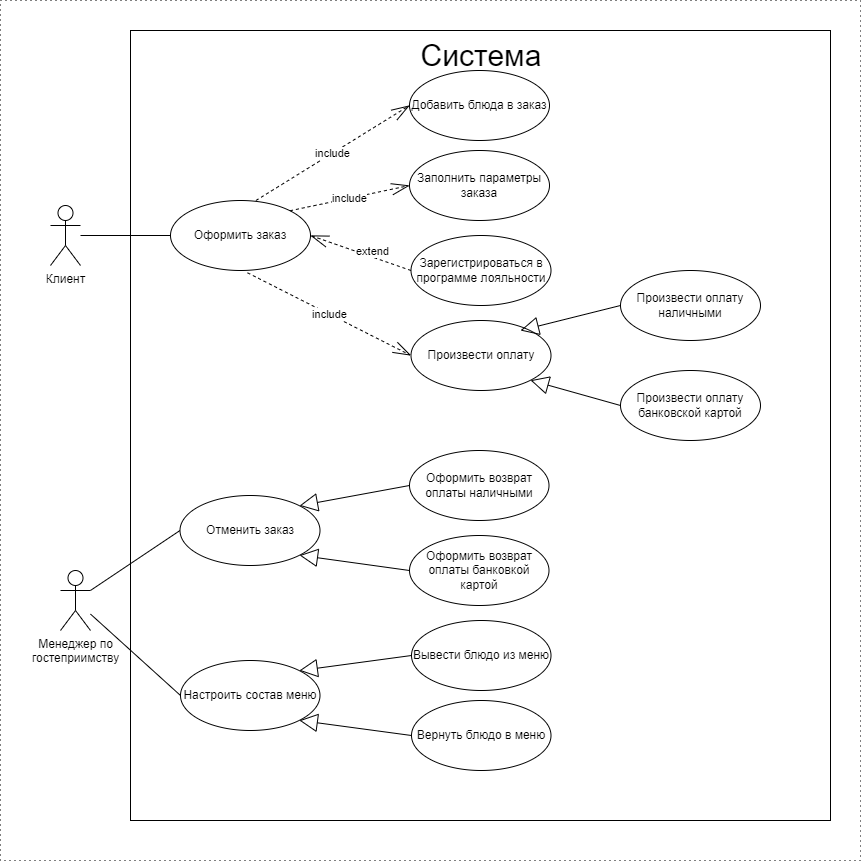
Before: docs/assets/images/use-case.png, a diagram exported from draw.io (voitenkov/robot-i-tochka). Source tidied: cells renumbered, new cells last; positions are measured from the earlier drawing's top-left corner, leaving out a move shared by most shapes.
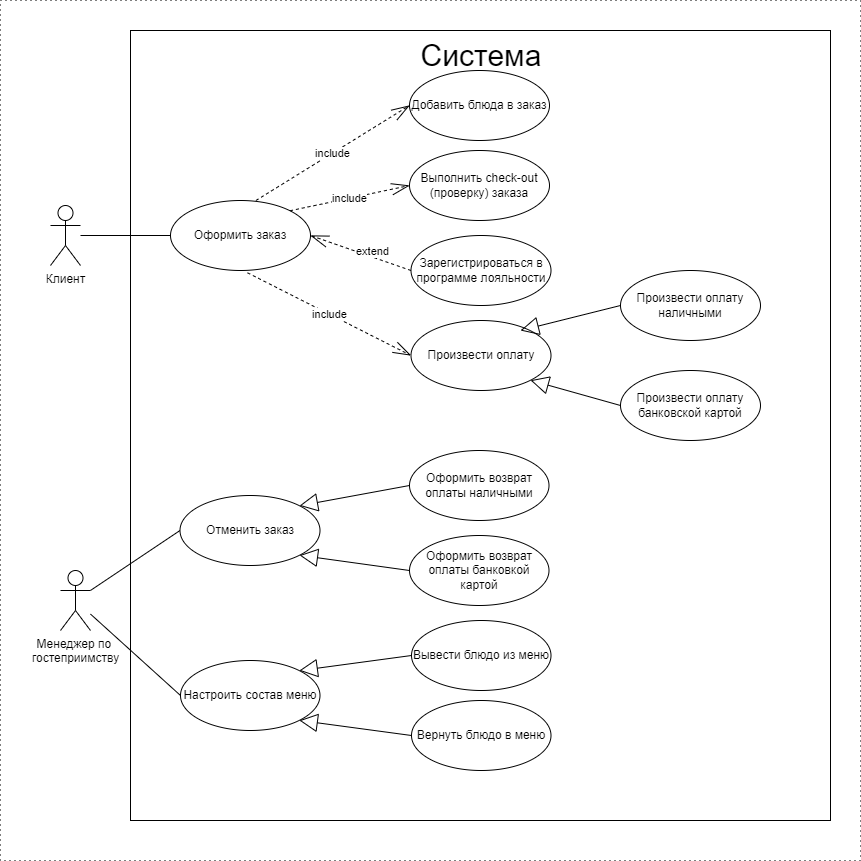
After the change.

Commit message:
UC-2 renamed to order check-out

Diff of the diagram source:
```diff
@@ -89,7 +89,7 @@
     <mxCell id="30" style="endArrow=block;endSize=16;endFill=0;html=1;rounded=0;entryX=1;entryY=1;entryDx=0;entryDy=0;exitX=0;exitY=0.5;exitDx=0;exitDy=0;" parent="1" edge="1" source="27" target="10">
       <mxGeometry relative="1" as="geometry" />
     </mxCell>
-    <mxCell id="31" value="Заполнить параметры заказа" style="ellipse;whiteSpace=wrap;html=1;verticalAlign=middle;" parent="1" vertex="1">
+    <mxCell id="31" value="Выполнить check-out (проверку) заказа" style="ellipse;whiteSpace=wrap;html=1;verticalAlign=middle;" parent="1" vertex="1">
       <mxGeometry x="409" y="150" width="140" height="70" as="geometry" />
     </mxCell>
     <mxCell id="32" value="include" style="endArrow=openThin;endSize=16;endFill=0;html=1;rounded=0;dashed=1;exitX=1;exitY=0;exitDx=0;exitDy=0;entryX=0;entryY=0.5;entryDx=0;entryDy=0;" parent="1" edge="1" source="6" target="31">
```
